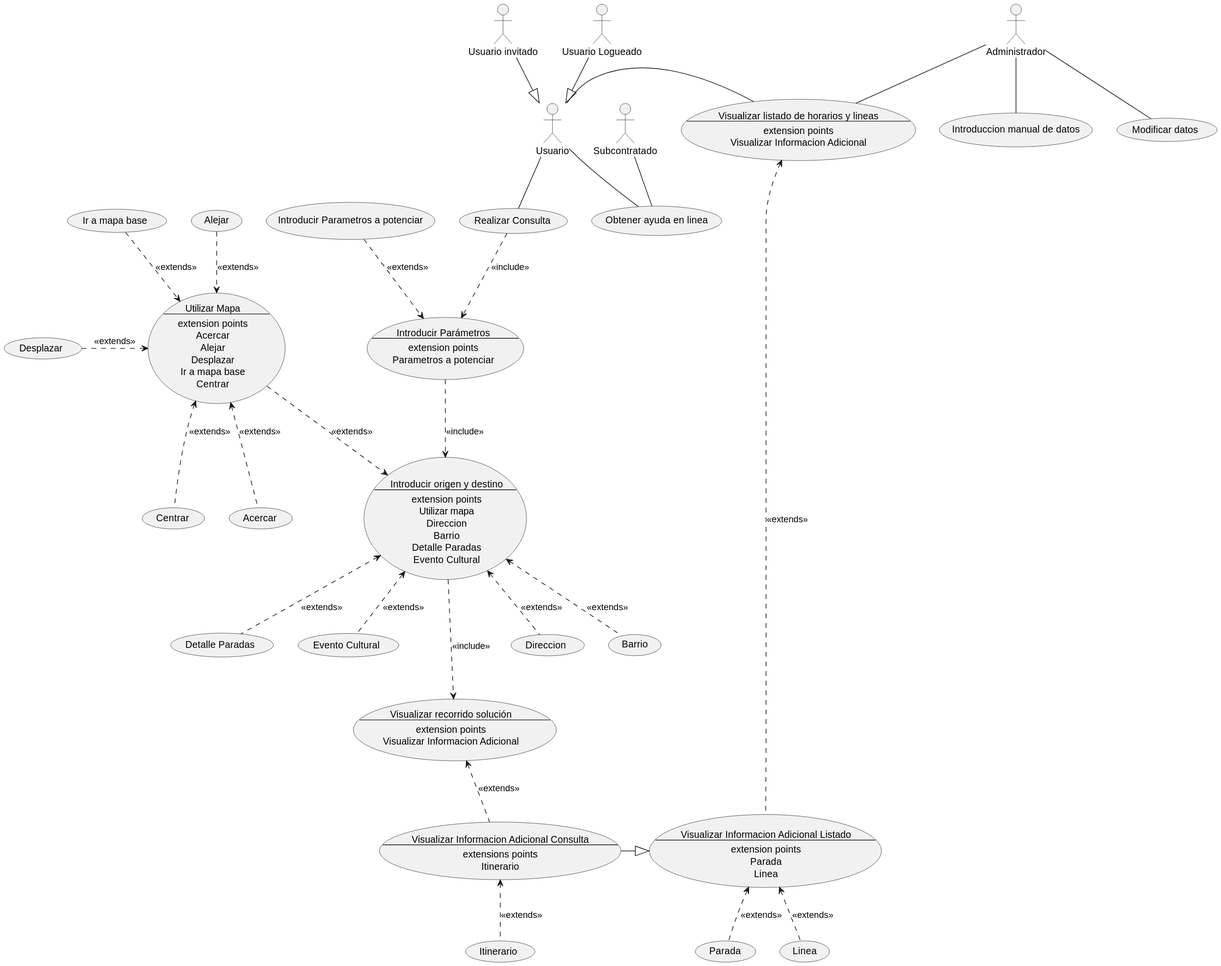
Earlier version of the PlantUML export out/Proyecto/source/SIIT/SIIT.svg (cgg734/INRE-UAL-MORADO-2022-2023).
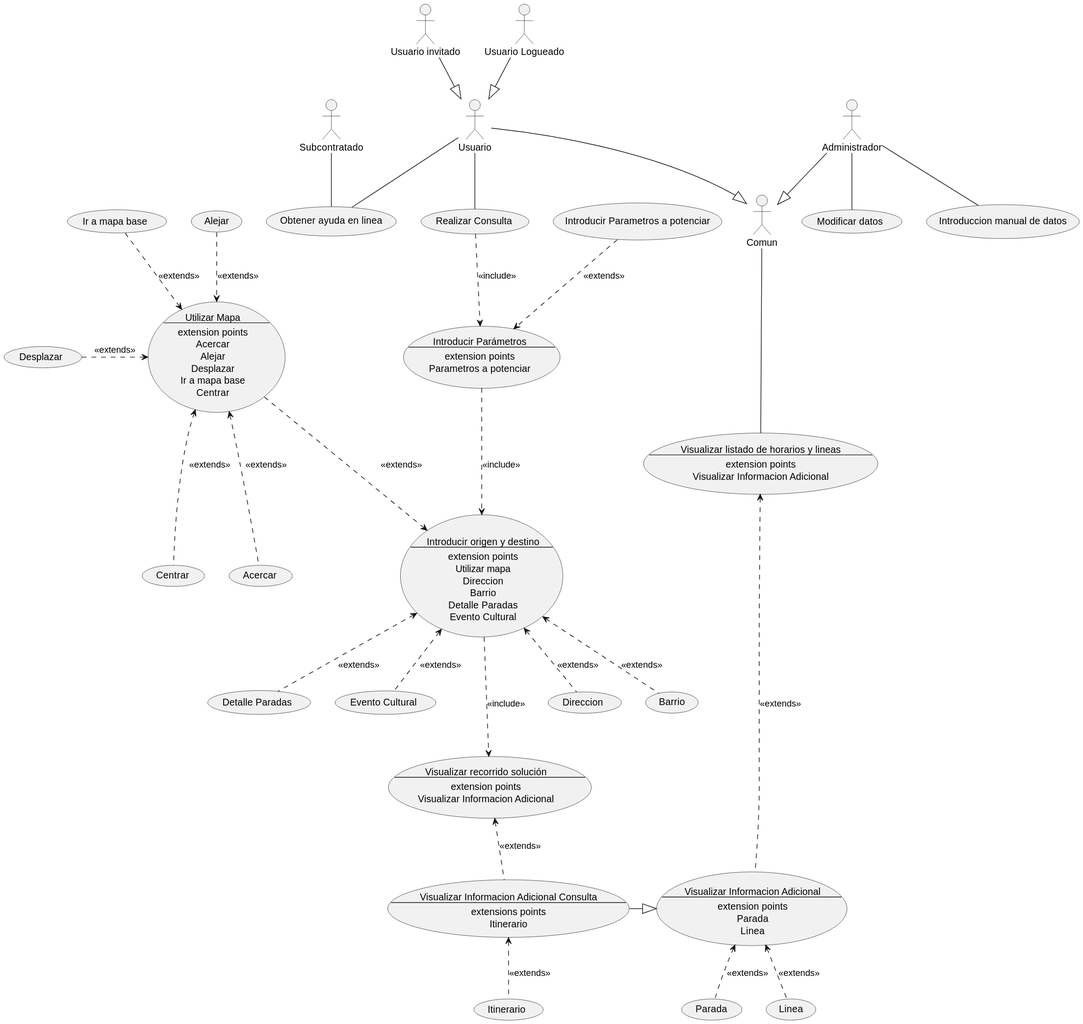
Above is the later version.

Change to the diagram source:
```diff
@@ -4,13 +4,14 @@
 actor Usuario
 actor Subcontratado
 actor Administrador
-
+actor Comun
 
 usecase (Modificar) as "Modificar datos"
 usecase (Introducir) as "Introduccion manual de datos"
 
 
-
+Usuario--|>Comun
+Administrador--|>Comun
 
 UI--|>Usuario
 UL--|>Usuario
@@ -70,7 +71,7 @@
 
 Administrador--Modificar
 Administrador--Introducir
-Administrador--Horarios
+Comun--Horarios
 
 
 usecase Parametros as "Introducir Parámetros
@@ -79,7 +80,6 @@
 Parametros a potenciar
 "
 
-Usuario-right-Horarios
 Usuario--Consulta
 Usuario--Ayuda
 Subcontratado--Ayuda
@@ -95,7 +95,7 @@
 extension points
 Visualizar Informacion Adicional"
 
-usecase MostrarInfoList as "Visualizar Informacion Adicional Listado
+usecase MostrarInfo as "Visualizar Informacion Adicional
 --
 extension points
 Parada
@@ -108,13 +108,13 @@
 
 (Origen)...>(Solucion) : <<include>>
 (Solucion)<..MostrarInfoConsulta : <<extends>>
-(Horarios)<.right.(MostrarInfoList) : <<extends>>
+(Horarios)<.right.(MostrarInfo) : <<extends>>
 
 
-(MostrarInfoConsulta)-right-|>(MostrarInfoList)
+(MostrarInfoConsulta)-right-|>(MostrarInfo)
 
-(MostrarInfoList)<..(Parada) : <<extends>>
-(MostrarInfoList)<..(Linea) : <<extends>>
+(MostrarInfo)<..(Parada) : <<extends>>
+(MostrarInfo)<..(Linea) : <<extends>>
 (MostrarInfoConsulta)<..(Itinerario) : <<extends>>
 
 
```
